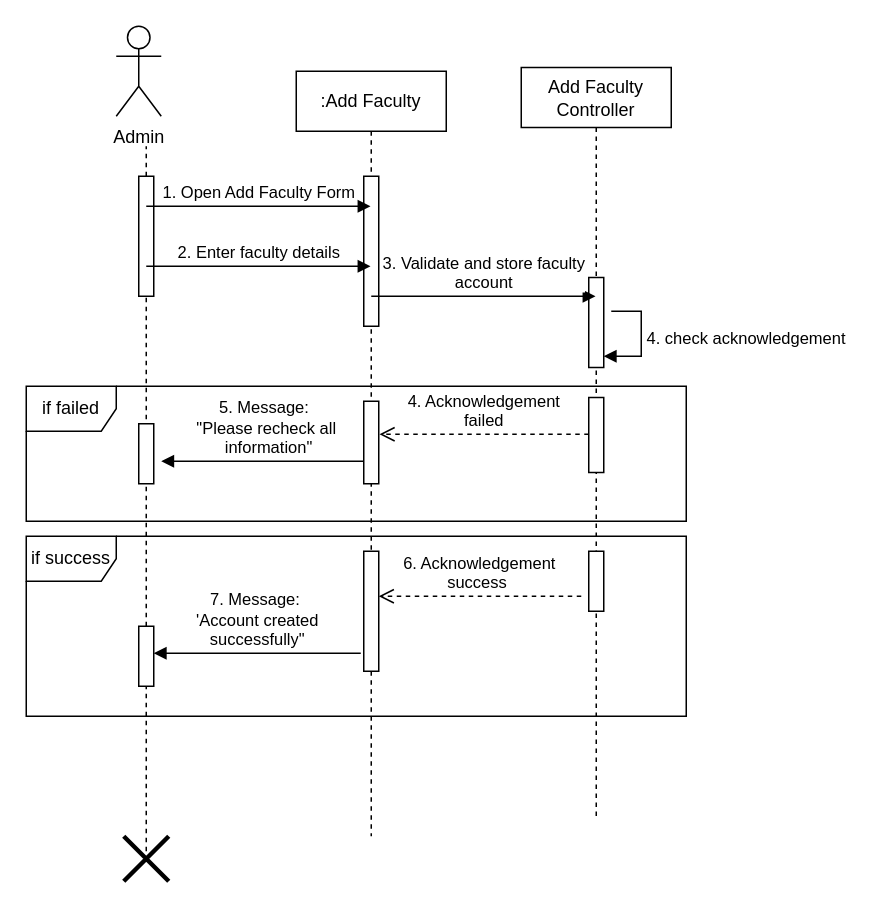
Before: page "Add Faculty" (3 of 15) of Sequence Diagram.drawio in shamim36/Final-Defence-Diagram, a draw.io diagram. Source tidied: cells renumbered, new cells numbered last; positions are measured from the earlier drawing's top-left corner, leaving out a move shared by most shapes. Both pictures are drawn from the tidied source at 150%, with x=0, y=0 at pixel (26, 26).
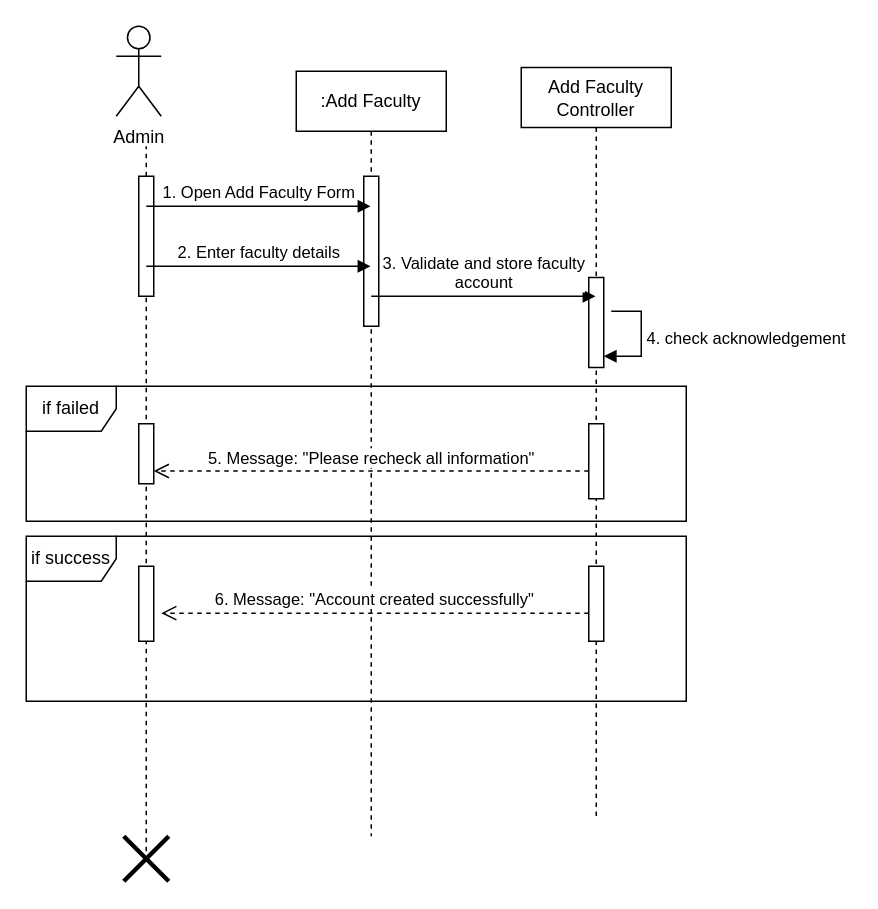
After the change.

Unchanged cells that the change refers to:
```xml
<mxCell id="2" value=":Add Faculty" style="shape=umlLifeline;perimeter=lifelinePerimeter;whiteSpace=wrap;html=1;outlineConnect=0;portConstraint=eastwest;newEdgeStyle={&quot;edgeStyle&quot;:&quot;elbowEdgeStyle&quot;,&quot;elbow&quot;:&quot;vertical&quot;,&quot;curved&quot;:0,&quot;rounded&quot;:0};" parent="1" vertex="1">
  <mxGeometry x="180" y="30" width="100" height="510" as="geometry" />
</mxCell>
```

Change to the diagram source:
```diff
@@
-    <mxCell id="9" value="4. Acknowledgement&lt;div&gt;failed&lt;/div&gt;" style="html=1;verticalAlign=bottom;endArrow=open;dashed=1;endSize=8;curved=0;rounded=0;" parent="1" edge="1">
+    <mxCell id="9" value="5. Message:&amp;nbsp;&lt;span style=&quot;background-color: light-dark(#ffffff, var(--ge-dark-color, #121212)); color: light-dark(rgb(0, 0, 0), rgb(255, 255, 255));&quot;&gt;&quot;Please recheck all&amp;nbsp;&lt;/span&gt;&lt;span style=&quot;background-color: light-dark(#ffffff, var(--ge-dark-color, #121212)); color: light-dark(rgb(0, 0, 0), rgb(255, 255, 255));&quot;&gt;information&quot;&lt;/span&gt;" style="html=1;verticalAlign=bottom;endArrow=open;dashed=1;endSize=8;curved=0;rounded=0;" parent="1" edge="1">
       <mxGeometry relative="1" as="geometry">
-        <mxPoint x="375" y="272" as="sourcePoint" />
-        <mxPoint x="235.5" y="272" as="targetPoint" />
+        <mxPoint x="375" y="296.5" as="sourcePoint" />
+        <mxPoint x="85" y="296.5" as="targetPoint" />
       </mxGeometry>
     </mxCell>
@@
-    <mxCell id="14" value="5. Message:&amp;nbsp;&lt;div&gt;&quot;Please recheck all&lt;/div&gt;&lt;div&gt;&amp;nbsp;information&quot;&lt;/div&gt;" style="html=1;verticalAlign=bottom;endArrow=block;curved=0;rounded=0;" parent="1" edge="1" source="2">
-      <mxGeometry relative="1" as="geometry">
-        <mxPoint x="90" y="290" as="targetPoint" />
-      </mxGeometry>
-    </mxCell>
@@
-    <mxCell id="16" style="html=1;perimeter=orthogonalPerimeter;targetShapes=umlLifeline;newEdgeStyle={&quot;curved&quot;:0,&quot;rounded&quot;:0};" parent="1" vertex="1">
-      <mxGeometry x="225" y="250" width="10" height="55" as="geometry" />
-    </mxCell>
     <mxCell id="17" style="html=1;perimeter=orthogonalPerimeter;targetShapes=umlLifeline;newEdgeStyle={&quot;curved&quot;:0,&quot;rounded&quot;:0};" parent="1" vertex="1">
-      <mxGeometry x="375" y="247.5" width="10" height="50" as="geometry" />
+      <mxGeometry x="375" y="265" width="10" height="50" as="geometry" />
     </mxCell>
@@
     <mxCell id="19" value="if success" style="shape=umlFrame;whiteSpace=wrap;html=1;" parent="1" vertex="1">
-      <mxGeometry y="340" width="440" height="120" as="geometry" />
+      <mxGeometry y="340" width="440" height="110" as="geometry" />
     </mxCell>
     <mxCell id="20" style="html=1;points=[[0,0,0,0,5],[0,1,0,0,-5],[1,0,0,0,5],[1,1,0,0,-5]];perimeter=orthogonalPerimeter;outlineConnect=0;targetShapes=umlLifeline;portConstraint=eastwest;newEdgeStyle={&quot;curved&quot;:0,&quot;rounded&quot;:0};" parent="1" vertex="1">
-      <mxGeometry x="375" y="350" width="10" height="40" as="geometry" />
+      <mxGeometry x="375" y="360" width="10" height="50" as="geometry" />
     </mxCell>
-    <mxCell id="21" value="6. Acknowledgement&lt;div&gt;success&amp;nbsp;&lt;/div&gt;" style="html=1;verticalAlign=bottom;endArrow=open;dashed=1;endSize=8;curved=0;rounded=0;" parent="1" edge="1">
-      <mxGeometry relative="1" as="geometry">
-        <mxPoint x="370" y="380" as="sourcePoint" />
-        <mxPoint x="235" y="380" as="targetPoint" />
-      </mxGeometry>
+    <mxCell id="21" value="6. Message: &quot;&lt;span style=&quot;background-color: light-dark(#ffffff, var(--ge-dark-color, #121212)); color: light-dark(rgb(0, 0, 0), rgb(255, 255, 255));&quot;&gt;Account created&amp;nbsp;&lt;/span&gt;&lt;span style=&quot;background-color: light-dark(#ffffff, var(--ge-dark-color, #121212)); color: light-dark(rgb(0, 0, 0), rgb(255, 255, 255));&quot;&gt;successfully&lt;/span&gt;&lt;span style=&quot;color: light-dark(rgb(0, 0, 0), rgb(255, 255, 255)); background-color: light-dark(#ffffff, var(--ge-dark-color, #121212));&quot;&gt;&quot;&lt;/span&gt;" style="html=1;verticalAlign=bottom;endArrow=open;dashed=1;endSize=8;curved=0;rounded=0;entryX=1.5;entryY=0.625;entryDx=0;entryDy=0;entryPerimeter=0;" parent="1" edge="1" source="20" target="24">
+      <mxGeometry relative="1" as="geometry" />
     </mxCell>
-    <mxCell id="22" style="html=1;points=[[0,0,0,0,5],[0,1,0,0,-5],[1,0,0,0,5],[1,1,0,0,-5]];perimeter=orthogonalPerimeter;outlineConnect=0;targetShapes=umlLifeline;portConstraint=eastwest;newEdgeStyle={&quot;curved&quot;:0,&quot;rounded&quot;:0};" parent="1" vertex="1">
-      <mxGeometry x="225" y="350" width="10" height="80" as="geometry" />
-    </mxCell>
@@
     <mxCell id="24" style="html=1;points=[[0,0,0,0,5],[0,1,0,0,-5],[1,0,0,0,5],[1,1,0,0,-5]];perimeter=orthogonalPerimeter;outlineConnect=0;targetShapes=umlLifeline;portConstraint=eastwest;newEdgeStyle={&quot;curved&quot;:0,&quot;rounded&quot;:0};" parent="1" vertex="1">
-      <mxGeometry x="75" y="400" width="10" height="40" as="geometry" />
+      <mxGeometry x="75" y="360" width="10" height="50" as="geometry" />
     </mxCell>
-    <mxCell id="25" value="7. Message:&amp;nbsp;&lt;div&gt;'Account created&lt;/div&gt;&lt;div&gt;successfully&lt;span style=&quot;background-color: light-dark(#ffffff, var(--ge-dark-color, #121212)); color: light-dark(rgb(0, 0, 0), rgb(255, 255, 255));&quot;&gt;&quot;&lt;/span&gt;&lt;/div&gt;" style="html=1;verticalAlign=bottom;endArrow=block;curved=0;rounded=0;exitX=-0.2;exitY=0.85;exitDx=0;exitDy=0;exitPerimeter=0;" parent="1" edge="1" source="22" target="24">
-      <mxGeometry relative="1" as="geometry" />
-    </mxCell>
```
